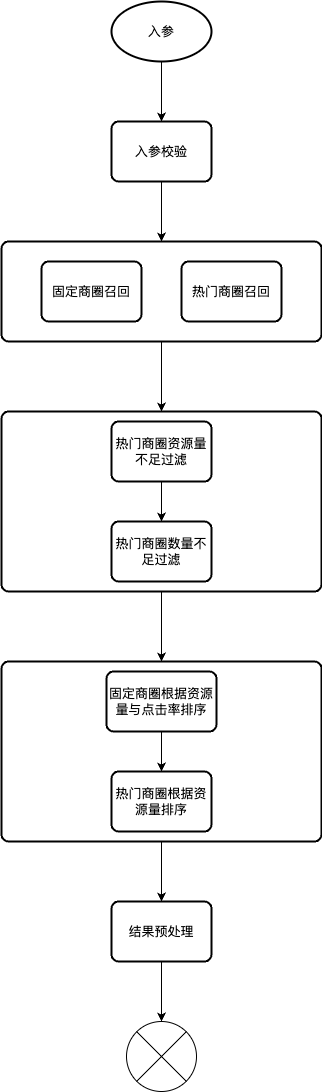
Earlier version of the draw.io export work-draw-file/商圈二期技术方案.png (liujunao/draw-data). Source tidied: cells renumbered, new cells last; positions are measured from the earlier drawing's top-left corner, leaving out a move shared by most shapes. The source it was exported from:
```xml
<mxGraphModel>
  <root>
    <mxCell id="0" />
    <mxCell id="1" parent="0" />
    <mxCell id="2" style="edgeStyle=orthogonalEdgeStyle;rounded=0;jettySize=auto;html=1;exitX=0.5;exitY=1;exitDx=0;exitDy=0;" parent="1" edge="1" source="3" target="11">
      <mxGeometry relative="1" as="geometry" />
    </mxCell>
    <mxCell id="3" style="rounded=1;whiteSpace=wrap;html=1;absoluteArcSize=1;arcSize=14;strokeWidth=2;" parent="1" vertex="1">
      <mxGeometry y="660" width="320" height="180" as="geometry" />
    </mxCell>
    <mxCell id="4" style="edgeStyle=orthogonalEdgeStyle;rounded=0;jettySize=auto;html=1;exitX=0.5;exitY=1;exitDx=0;exitDy=0;" parent="1" edge="1" source="5" target="3">
      <mxGeometry relative="1" as="geometry" />
    </mxCell>
    <mxCell id="5" style="rounded=1;whiteSpace=wrap;html=1;absoluteArcSize=1;arcSize=14;strokeWidth=2;" parent="1" vertex="1">
      <mxGeometry y="410" width="320" height="180" as="geometry" />
    </mxCell>
    <mxCell id="6" style="edgeStyle=orthogonalEdgeStyle;rounded=0;jettySize=auto;html=1;exitX=0.5;exitY=1;exitDx=0;exitDy=0;" parent="1" edge="1" source="7" target="5">
      <mxGeometry relative="1" as="geometry" />
    </mxCell>
    <mxCell id="7" style="rounded=1;whiteSpace=wrap;html=1;absoluteArcSize=1;arcSize=14;strokeWidth=2;" parent="1" vertex="1">
      <mxGeometry y="240" width="320" height="100" as="geometry" />
    </mxCell>
    <mxCell id="8" style="edgeStyle=orthogonalEdgeStyle;rounded=0;jettySize=auto;html=1;exitX=0.5;exitY=1;exitDx=0;exitDy=0;exitPerimeter=0;" parent="1" edge="1" source="9" target="19">
      <mxGeometry relative="1" as="geometry" />
    </mxCell>
    <mxCell id="9" value="入参" style="strokeWidth=2;html=1;shape=mxgraph.flowchart.start_1;whiteSpace=wrap;" parent="1" vertex="1">
      <mxGeometry x="110" width="100" height="60" as="geometry" />
    </mxCell>
    <mxCell id="10" style="edgeStyle=orthogonalEdgeStyle;rounded=0;jettySize=auto;html=1;exitX=0.5;exitY=1;exitDx=0;exitDy=0;entryX=0.5;entryY=0;entryDx=0;entryDy=0;entryPerimeter=0;" parent="1" edge="1" source="11" target="22">
      <mxGeometry relative="1" as="geometry" />
    </mxCell>
    <mxCell id="11" value="结果预处理" style="rounded=1;whiteSpace=wrap;html=1;absoluteArcSize=1;arcSize=14;strokeWidth=2;" parent="1" vertex="1">
      <mxGeometry x="110" y="900" width="100" height="60" as="geometry" />
    </mxCell>
    <mxCell id="12" value="热门商圈根据资源量排序" style="rounded=1;whiteSpace=wrap;html=1;absoluteArcSize=1;arcSize=14;strokeWidth=2;" parent="1" vertex="1">
      <mxGeometry x="110" y="770" width="100" height="60" as="geometry" />
    </mxCell>
    <mxCell id="13" style="edgeStyle=orthogonalEdgeStyle;rounded=0;jettySize=auto;html=1;exitX=0.5;exitY=1;exitDx=0;exitDy=0;entryX=0.5;entryY=0;entryDx=0;entryDy=0;" parent="1" edge="1" source="14" target="12">
      <mxGeometry relative="1" as="geometry" />
    </mxCell>
    <mxCell id="14" value="固定商圈根据资源量与点击率排序" style="rounded=1;whiteSpace=wrap;html=1;absoluteArcSize=1;arcSize=14;strokeWidth=2;" parent="1" vertex="1">
      <mxGeometry x="105" y="670" width="110" height="60" as="geometry" />
    </mxCell>
    <mxCell id="15" value="热门商圈数量不足过滤" style="rounded=1;whiteSpace=wrap;html=1;absoluteArcSize=1;arcSize=14;strokeWidth=2;" parent="1" vertex="1">
      <mxGeometry x="110" y="520" width="100" height="60" as="geometry" />
    </mxCell>
    <mxCell id="16" style="edgeStyle=orthogonalEdgeStyle;rounded=0;jettySize=auto;html=1;exitX=0.5;exitY=1;exitDx=0;exitDy=0;entryX=0.5;entryY=0;entryDx=0;entryDy=0;" parent="1" edge="1" source="17" target="15">
      <mxGeometry relative="1" as="geometry" />
    </mxCell>
    <mxCell id="17" value="热门商圈资源量不足过滤" style="rounded=1;whiteSpace=wrap;html=1;absoluteArcSize=1;arcSize=14;strokeWidth=2;" parent="1" vertex="1">
      <mxGeometry x="110" y="420" width="100" height="60" as="geometry" />
    </mxCell>
    <mxCell id="18" style="edgeStyle=orthogonalEdgeStyle;rounded=0;jettySize=auto;html=1;exitX=0.5;exitY=1;exitDx=0;exitDy=0;entryX=0.5;entryY=0;entryDx=0;entryDy=0;" parent="1" edge="1" source="19" target="7">
      <mxGeometry relative="1" as="geometry" />
    </mxCell>
    <mxCell id="19" value="入参校验" style="rounded=1;whiteSpace=wrap;html=1;absoluteArcSize=1;arcSize=14;strokeWidth=2;" parent="1" vertex="1">
      <mxGeometry x="110" y="120" width="100" height="60" as="geometry" />
    </mxCell>
    <mxCell id="20" value="热门商圈召回" style="rounded=1;whiteSpace=wrap;html=1;absoluteArcSize=1;arcSize=14;strokeWidth=2;" parent="1" vertex="1">
      <mxGeometry x="180" y="260" width="100" height="60" as="geometry" />
    </mxCell>
    <mxCell id="21" value="固定商圈召回" style="rounded=1;whiteSpace=wrap;html=1;absoluteArcSize=1;arcSize=14;strokeWidth=2;" parent="1" vertex="1">
      <mxGeometry x="40" y="260" width="100" height="60" as="geometry" />
    </mxCell>
    <mxCell id="22" style="verticalLabelPosition=bottom;verticalAlign=top;html=1;shape=mxgraph.flowchart.or;" parent="1" vertex="1">
      <mxGeometry x="125" y="1020" width="70" height="70" as="geometry" />
    </mxCell>
  </root>
</mxGraphModel>
```
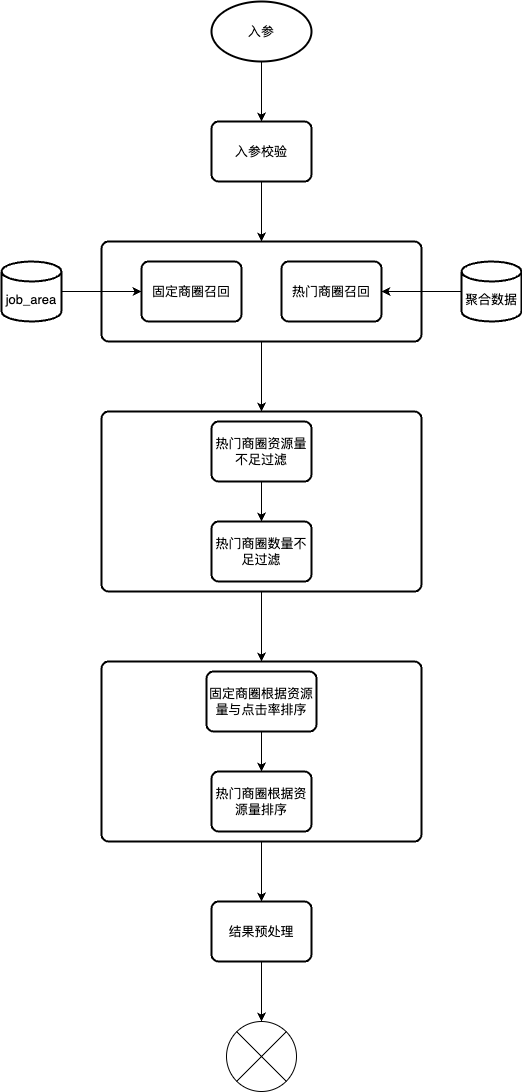
The same diagram one commit later.

Commit message:
更新商圈二期技术方案.png

Diff of the diagram source:
```diff
@@ -65,5 +65,17 @@
     <mxCell id="22" style="verticalLabelPosition=bottom;verticalAlign=top;html=1;shape=mxgraph.flowchart.or;" parent="1" vertex="1">
       <mxGeometry x="125" y="1020" width="70" height="70" as="geometry" />
     </mxCell>
+    <mxCell id="23" style="edgeStyle=orthogonalEdgeStyle;rounded=0;jettySize=auto;html=1;exitX=1;exitY=0.5;exitDx=0;exitDy=0;exitPerimeter=0;" parent="1" edge="1" source="24" target="21">
+      <mxGeometry relative="1" as="geometry" />
+    </mxCell>
+    <mxCell id="24" value="&lt;br&gt;job_area" style="strokeWidth=2;html=1;shape=mxgraph.flowchart.database;whiteSpace=wrap;" parent="1" vertex="1">
+      <mxGeometry x="-100" y="260" width="60" height="60" as="geometry" />
+    </mxCell>
+    <mxCell id="25" style="edgeStyle=orthogonalEdgeStyle;rounded=0;jettySize=auto;html=1;exitX=0;exitY=0.5;exitDx=0;exitDy=0;exitPerimeter=0;" parent="1" edge="1" source="26" target="20">
+      <mxGeometry relative="1" as="geometry" />
+    </mxCell>
+    <mxCell id="26" value="&lt;br&gt;聚合数据" style="strokeWidth=2;html=1;shape=mxgraph.flowchart.database;whiteSpace=wrap;" parent="1" vertex="1">
+      <mxGeometry x="360" y="260" width="60" height="60" as="geometry" />
+    </mxCell>
   </root>
 </mxGraphModel>
```
